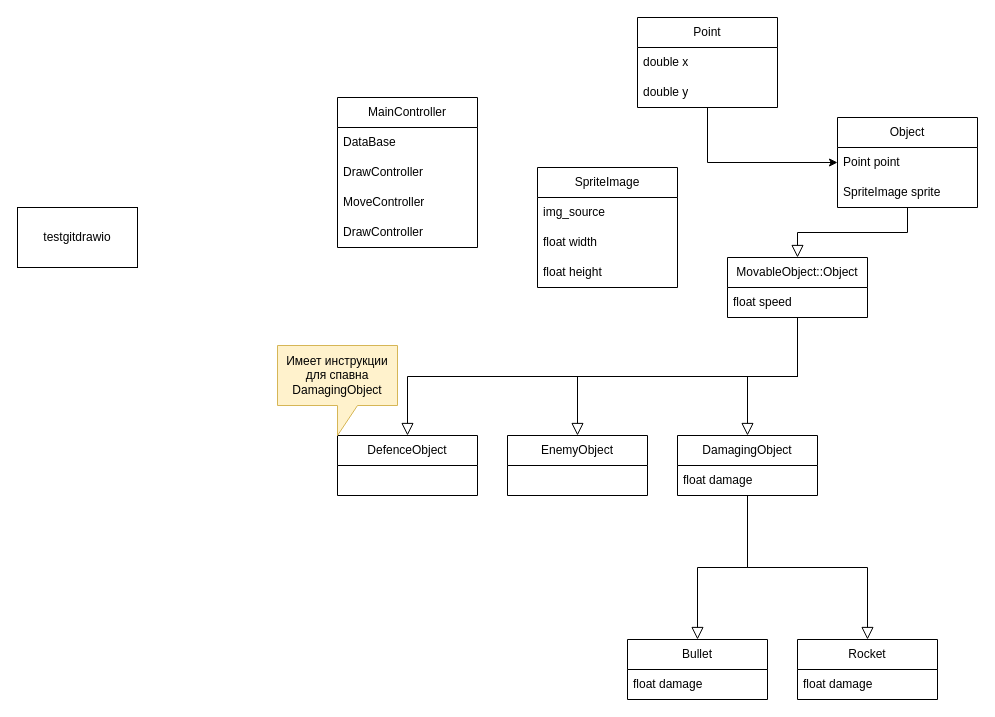
Earlier version of the draw.io diagram page "MainStructure" (1 of 2) of ZRK.drawio (NeGvozd/CppLearningProject). Source tidied: cells renumbered, new cells numbered last; positions are measured from the earlier drawing's top-left corner, leaving out a move shared by most shapes. Both pictures are drawn from the tidied source at 100%, with x=0, y=0 at pixel (17, 17).
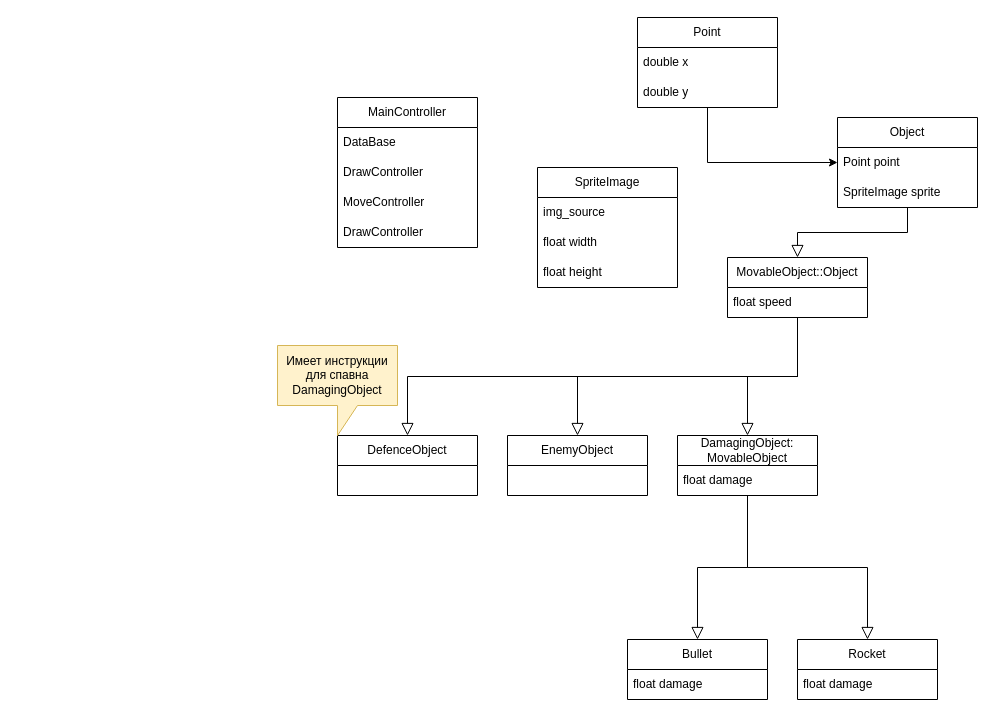
The same page after the edit.

Change to the diagram source:
```diff
@@
-    <mxCell id="16" value="DamagingObject" style="swimlane;fontStyle=0;horizontal=1;startSize=30;whiteSpace=wrap;html=1;" parent="1" vertex="1">
+    <mxCell id="16" value="DamagingObject:&lt;br&gt;MovableObject" style="swimlane;fontStyle=0;horizontal=1;startSize=30;whiteSpace=wrap;html=1;" parent="1" vertex="1">
       <mxGeometry x="660" y="418" width="140" height="60" as="geometry" />
     </mxCell>
@@
-    <mxCell id="35" value="testgitdrawio" style="rounded=0;whiteSpace=wrap;html=1;" parent="1" vertex="1">
-      <mxGeometry y="190" width="120" height="60" as="geometry" />
-    </mxCell>
```
